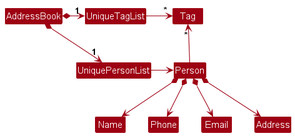
Above: docs/images/BetterModelClassDiagram.png in nus-cs2103-AY2425S1/tp (PlantUML), before the change.
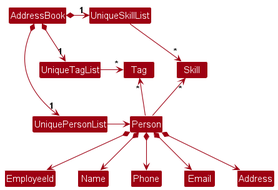
Later version of the same file.

Commit message:
Update uml diagrams for person

Change to the diagram source:
```diff
@@ -6,14 +6,20 @@
 
 AddressBook *-right-> "1" UniquePersonList
 AddressBook *-right-> "1" UniqueTagList
+AddressBook *-right-> "1" UniqueSkillList
 UniqueTagList -[hidden]down- UniquePersonList
 UniqueTagList -[hidden]down- UniquePersonList
+UniqueSkillList -[hidden]down- UniqueTagList
+Tag -[hidden]right- Skill
 
 UniqueTagList -right-> "*" Tag
+UniqueSkillList -right-> "*" Skill
 UniquePersonList -right-> Person
 
 Person -up-> "*" Tag
+Person -up-> "*" Skill
 
+Person *--> EmployeeId
 Person *--> Name
 Person *--> Phone
 Person *--> Email
```
